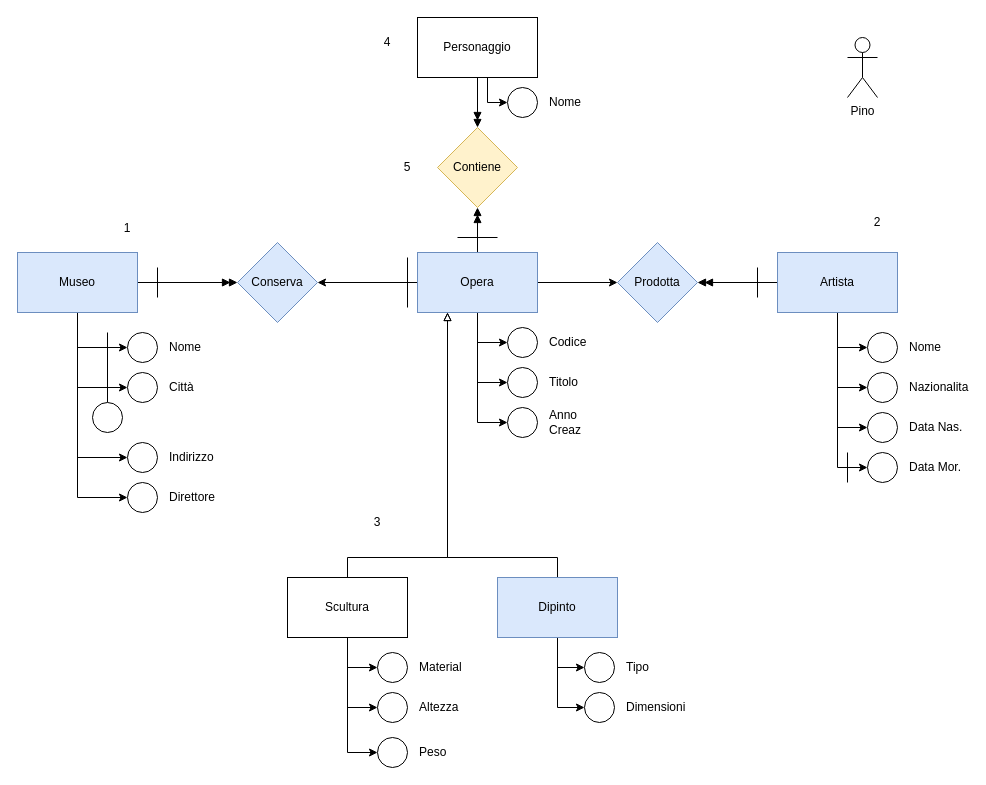
johnnypax/its_36_db keeps this draw.io diagram as page "Pagina-2" (2 of 3) of Diagrammi_ER_1.drawio. Above is the earlier version. Source tidied: cells renumbered, new cells numbered last; positions are measured from the earlier drawing's top-left corner, leaving out a move shared by most shapes. Both pictures are drawn from the tidied source at 100%, with x=0, y=0 at pixel (17, 17).
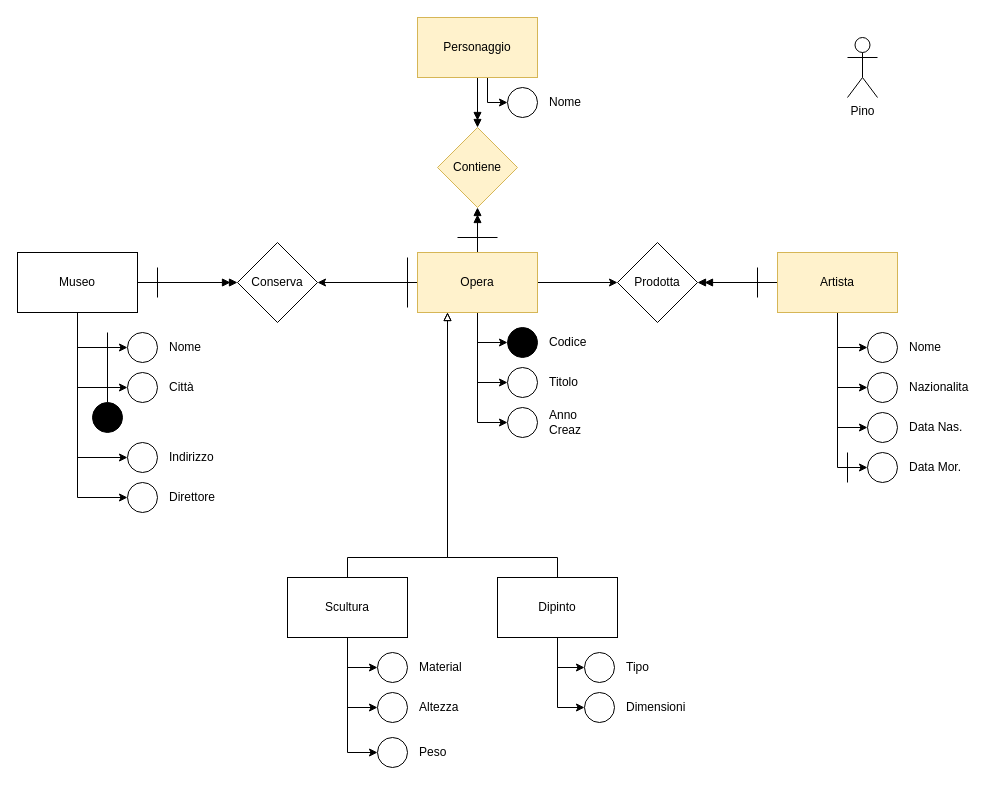
The same diagram, later.

The edit, as a diff of the source:
```diff
@@
-    <mxCell id="7" value="Museo" style="rounded=0;whiteSpace=wrap;html=1;fillColor=#dae8fc;strokeColor=#6c8ebf;" parent="1" vertex="1">
+    <mxCell id="7" value="Museo" style="rounded=0;whiteSpace=wrap;html=1;" parent="1" vertex="1">
       <mxGeometry y="235" width="120" height="60" as="geometry" />
     </mxCell>
@@
-    <mxCell id="14" value="Opera" style="rounded=0;whiteSpace=wrap;html=1;fillColor=#dae8fc;strokeColor=#6c8ebf;" parent="1" vertex="1">
+    <mxCell id="14" value="Opera" style="rounded=0;whiteSpace=wrap;html=1;fillColor=#fff2cc;strokeColor=#d6b656;" parent="1" vertex="1">
       <mxGeometry x="400" y="235" width="120" height="60" as="geometry" />
     </mxCell>
@@
-    <mxCell id="20" value="Artista" style="rounded=0;whiteSpace=wrap;html=1;fillColor=#dae8fc;strokeColor=#6c8ebf;" parent="1" vertex="1">
+    <mxCell id="20" value="Artista" style="rounded=0;whiteSpace=wrap;html=1;fillColor=#fff2cc;strokeColor=#d6b656;" parent="1" vertex="1">
       <mxGeometry x="760" y="235" width="120" height="60" as="geometry" />
     </mxCell>
@@
-    <mxCell id="24" value="Dipinto" style="rounded=0;whiteSpace=wrap;html=1;fillColor=#dae8fc;strokeColor=#6c8ebf;" parent="1" vertex="1">
+    <mxCell id="24" value="Dipinto" style="rounded=0;whiteSpace=wrap;html=1;" parent="1" vertex="1">
       <mxGeometry x="480" y="560" width="120" height="60" as="geometry" />
     </mxCell>
@@
-    <mxCell id="39" style="ellipse;whiteSpace=wrap;html=1;" parent="1" vertex="1">
+    <mxCell id="39" style="ellipse;whiteSpace=wrap;html=1;fillColor=#000000;" parent="1" vertex="1">
       <mxGeometry x="75" y="385" width="30" height="30" as="geometry" />
     </mxCell>
@@
-    <mxCell id="49" style="ellipse;whiteSpace=wrap;html=1;" parent="1" vertex="1">
+    <mxCell id="49" style="ellipse;whiteSpace=wrap;html=1;fillColor=#000000;" parent="1" vertex="1">
       <mxGeometry x="490" y="310" width="30" height="30" as="geometry" />
     </mxCell>
@@
-    <mxCell id="65" value="Conserva" style="rhombus;whiteSpace=wrap;html=1;fillColor=#dae8fc;strokeColor=#6c8ebf;" parent="1" vertex="1">
+    <mxCell id="65" value="Conserva" style="rhombus;whiteSpace=wrap;html=1;" parent="1" vertex="1">
       <mxGeometry x="220" y="225" width="80" height="80" as="geometry" />
     </mxCell>
@@
-    <mxCell id="67" value="Prodotta" style="rhombus;whiteSpace=wrap;html=1;fillColor=#dae8fc;strokeColor=#6c8ebf;" parent="1" vertex="1">
+    <mxCell id="67" value="Prodotta" style="rhombus;whiteSpace=wrap;html=1;" parent="1" vertex="1">
       <mxGeometry x="600" y="225" width="80" height="80" as="geometry" />
     </mxCell>
@@
-    <mxCell id="71" value="Personaggio" style="rounded=0;whiteSpace=wrap;html=1;" parent="1" vertex="1">
+    <mxCell id="71" value="Personaggio" style="rounded=0;whiteSpace=wrap;html=1;fillColor=#fff2cc;strokeColor=#d6b656;" parent="1" vertex="1">
       <mxGeometry x="400" width="120" height="60" as="geometry" />
     </mxCell>
@@
-    <mxCell id="77" value="1" style="text;html=1;whiteSpace=wrap;align=center;verticalAlign=middle;rounded=0;" parent="1" vertex="1">
-      <mxGeometry x="80" y="196" width="60" height="30" as="geometry" />
-    </mxCell>
-    <mxCell id="78" value="2" style="text;html=1;whiteSpace=wrap;align=center;verticalAlign=middle;rounded=0;" parent="1" vertex="1">
-      <mxGeometry x="830" y="190" width="60" height="30" as="geometry" />
-    </mxCell>
-    <mxCell id="79" value="3" style="text;html=1;whiteSpace=wrap;align=center;verticalAlign=middle;rounded=0;" parent="1" vertex="1">
-      <mxGeometry x="330" y="490" width="60" height="30" as="geometry" />
-    </mxCell>
-    <mxCell id="80" value="4" style="text;html=1;whiteSpace=wrap;align=center;verticalAlign=middle;rounded=0;" parent="1" vertex="1">
-      <mxGeometry x="340" y="10" width="60" height="30" as="geometry" />
-    </mxCell>
-    <mxCell id="81" value="5" style="text;html=1;whiteSpace=wrap;align=center;verticalAlign=middle;rounded=0;" parent="1" vertex="1">
-      <mxGeometry x="360" y="135" width="60" height="30" as="geometry" />
-    </mxCell>
```
